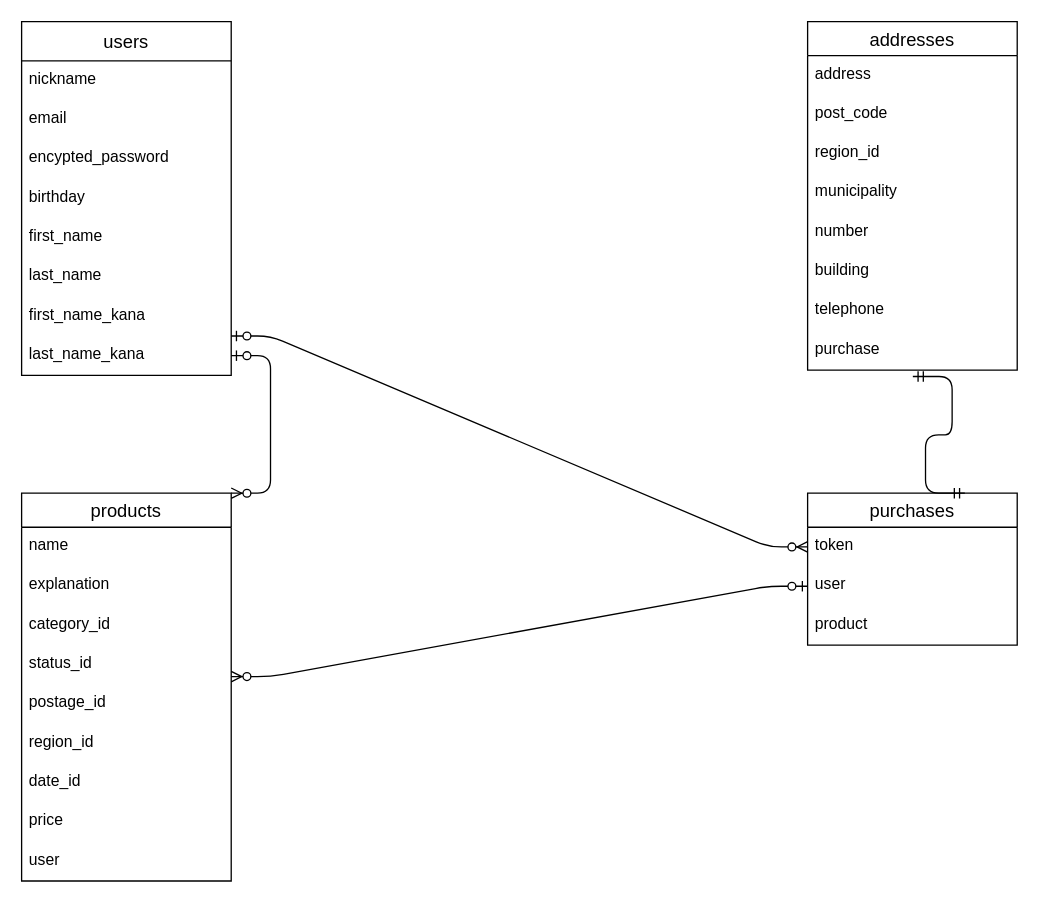
The draw.io diagram furima-39237.dio in yukun1120/furima-39237, before the edit. Source tidied: cells renumbered, new cells numbered last; positions are measured from the earlier drawing's top-left corner, leaving out a move shared by most shapes. Both pictures are drawn from the tidied source at 131%, with x=0, y=0 at pixel (21, 21).
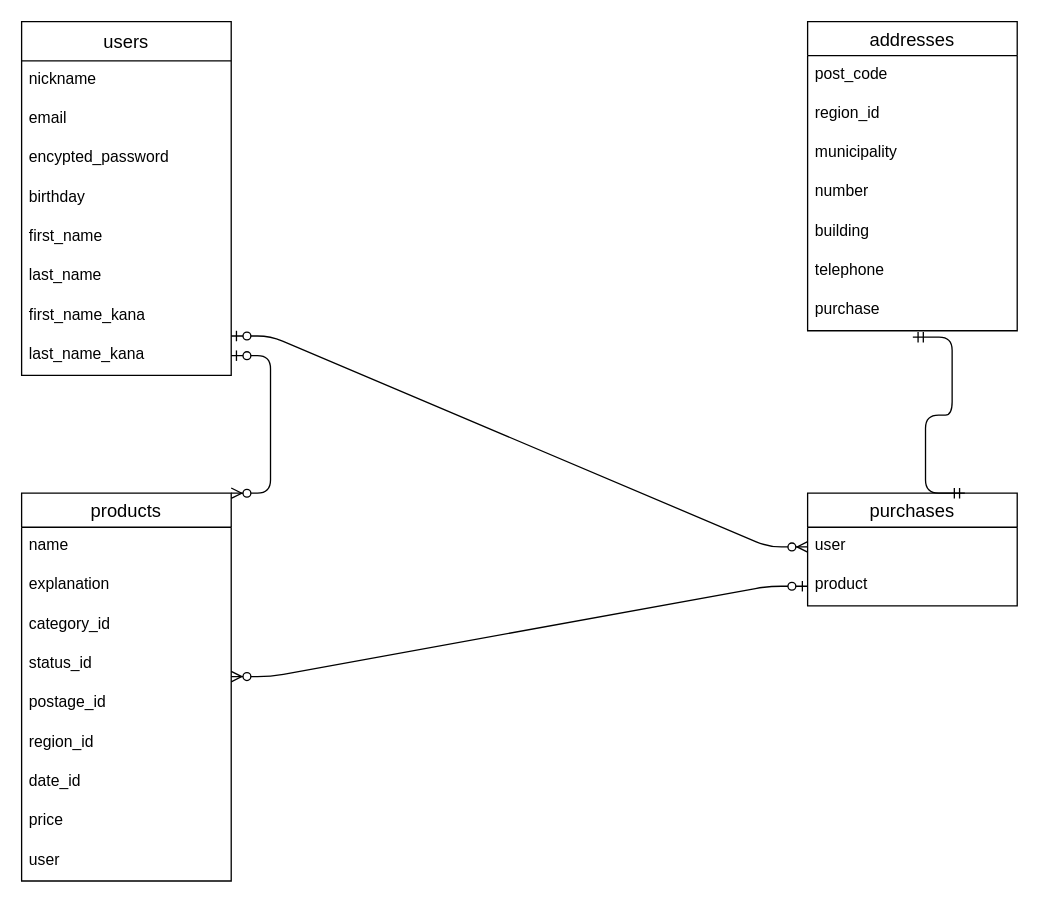
After the change.

Commit message (it also covers changes not shown here):
データベース設計4

Unchanged cells that the change refers to:
```xml
<mxCell id="16" value="postage_id" style="text;strokeColor=none;fillColor=none;spacingLeft=4;spacingRight=4;overflow=hidden;points=[[0,0.5],[1,0.5]];portConstraint=eastwest;fontSize=12;" parent="11" vertex="1">
  <mxGeometry y="146" width="160" height="30" as="geometry" />
</mxCell>
```

Diff of the diagram source:
```diff
@@
     <mxCell id="21" value="addresses" style="swimlane;fontStyle=0;horizontal=1;startSize=26;align=center;fontSize=14;" parent="1" vertex="1">
-      <mxGeometry x="600" width="160" height="266" as="geometry" />
+      <mxGeometry x="600" width="160" height="236" as="geometry" />
     </mxCell>
-    <mxCell id="22" value="address" style="text;strokeColor=none;fillColor=none;spacingLeft=4;spacingRight=4;overflow=hidden;fontSize=12;" parent="21" vertex="1">
-      <mxGeometry y="26" width="160" height="30" as="geometry" />
-    </mxCell>
     <mxCell id="23" value="post_code" style="text;strokeColor=none;fillColor=none;spacingLeft=4;spacingRight=4;overflow=hidden;fontSize=12;" parent="21" vertex="1">
-      <mxGeometry y="56" width="160" height="30" as="geometry" />
+      <mxGeometry y="26" width="160" height="30" as="geometry" />
     </mxCell>
     <mxCell id="24" value="region_id" style="text;strokeColor=none;fillColor=none;spacingLeft=4;spacingRight=4;overflow=hidden;fontSize=12;" parent="21" vertex="1">
-      <mxGeometry y="86" width="160" height="30" as="geometry" />
+      <mxGeometry y="56" width="160" height="30" as="geometry" />
     </mxCell>
     <mxCell id="25" value="municipality" style="text;strokeColor=none;fillColor=none;spacingLeft=4;spacingRight=4;overflow=hidden;fontSize=12;" parent="21" vertex="1">
-      <mxGeometry y="116" width="160" height="30" as="geometry" />
+      <mxGeometry y="86" width="160" height="30" as="geometry" />
     </mxCell>
     <mxCell id="26" value="number" style="text;strokeColor=none;fillColor=none;spacingLeft=4;spacingRight=4;overflow=hidden;fontSize=12;" parent="21" vertex="1">
-      <mxGeometry y="146" width="160" height="30" as="geometry" />
+      <mxGeometry y="116" width="160" height="30" as="geometry" />
     </mxCell>
     <mxCell id="27" value="building" style="text;strokeColor=none;fillColor=none;spacingLeft=4;spacingRight=4;overflow=hidden;fontSize=12;" parent="21" vertex="1">
-      <mxGeometry y="176" width="160" height="30" as="geometry" />
+      <mxGeometry y="146" width="160" height="30" as="geometry" />
     </mxCell>
     <mxCell id="28" value="telephone" style="text;strokeColor=none;fillColor=none;spacingLeft=4;spacingRight=4;overflow=hidden;fontSize=12;" parent="21" vertex="1">
-      <mxGeometry y="206" width="160" height="30" as="geometry" />
+      <mxGeometry y="176" width="160" height="30" as="geometry" />
     </mxCell>
     <mxCell id="29" value="purchase" style="text;strokeColor=none;fillColor=none;spacingLeft=4;spacingRight=4;overflow=hidden;points=[[0,0.5],[1,0.5]];portConstraint=eastwest;fontSize=12;" parent="21" vertex="1">
-      <mxGeometry y="236" width="160" height="30" as="geometry" />
+      <mxGeometry y="206" width="160" height="30" as="geometry" />
     </mxCell>
     <mxCell id="30" value="purchases" style="swimlane;fontStyle=0;horizontal=1;startSize=26;align=center;fontSize=14;" parent="1" vertex="1">
-      <mxGeometry x="600" y="360" width="160" height="116" as="geometry" />
+      <mxGeometry x="600" y="360" width="160" height="86" as="geometry" />
     </mxCell>
-    <mxCell id="31" value="token" style="text;strokeColor=none;fillColor=none;spacingLeft=4;spacingRight=4;overflow=hidden;points=[[0,0.5],[1,0.5]];portConstraint=eastwest;fontSize=12;" parent="30" vertex="1">
-      <mxGeometry y="26" width="160" height="30" as="geometry" />
-    </mxCell>
     <mxCell id="32" value="user" style="text;strokeColor=none;fillColor=none;spacingLeft=4;spacingRight=4;overflow=hidden;points=[[0,0.5],[1,0.5]];portConstraint=eastwest;fontSize=12;" parent="30" vertex="1">
-      <mxGeometry y="56" width="160" height="30" as="geometry" />
+      <mxGeometry y="26" width="160" height="30" as="geometry" />
     </mxCell>
     <mxCell id="33" value="product" style="text;strokeColor=none;fillColor=none;spacingLeft=4;spacingRight=4;overflow=hidden;points=[[0,0.5],[1,0.5]];portConstraint=eastwest;fontSize=12;" parent="30" vertex="1">
-      <mxGeometry y="86" width="160" height="30" as="geometry" />
+      <mxGeometry y="56" width="160" height="30" as="geometry" />
     </mxCell>
@@
-    <mxCell id="35" style="edgeStyle=entityRelationEdgeStyle;fontSize=12;html=1;endArrow=ERzeroToMany;startArrow=ERzeroToOne;entryX=0;entryY=0.5;entryDx=0;entryDy=0;" parent="1" edge="1" target="31">
+    <mxCell id="35" style="edgeStyle=entityRelationEdgeStyle;fontSize=12;html=1;endArrow=ERzeroToMany;startArrow=ERzeroToOne;entryX=0;entryY=0.5;entryDx=0;entryDy=0;" parent="1" edge="1">
       <mxGeometry relative="1" as="geometry">
         <mxPoint x="160" y="240" as="sourcePoint" />
+        <mxPoint x="600" y="401" as="targetPoint" />
       </mxGeometry>
     </mxCell>
@@
-    <mxCell id="37" style="edgeStyle=entityRelationEdgeStyle;fontSize=12;html=1;endArrow=ERzeroToMany;startArrow=ERzeroToOne;entryX=1;entryY=-0.2;entryDx=0;entryDy=0;entryPerimeter=0;exitX=0;exitY=0.5;exitDx=0;exitDy=0;" parent="1" edge="1" source="32" target="16">
+    <mxCell id="37" style="edgeStyle=entityRelationEdgeStyle;fontSize=12;html=1;endArrow=ERzeroToMany;startArrow=ERzeroToOne;entryX=1;entryY=-0.2;entryDx=0;entryDy=0;entryPerimeter=0;exitX=0;exitY=0.5;exitDx=0;exitDy=0;" parent="1" edge="1" source="33" target="16">
       <mxGeometry relative="1" as="geometry" />
     </mxCell>
```
